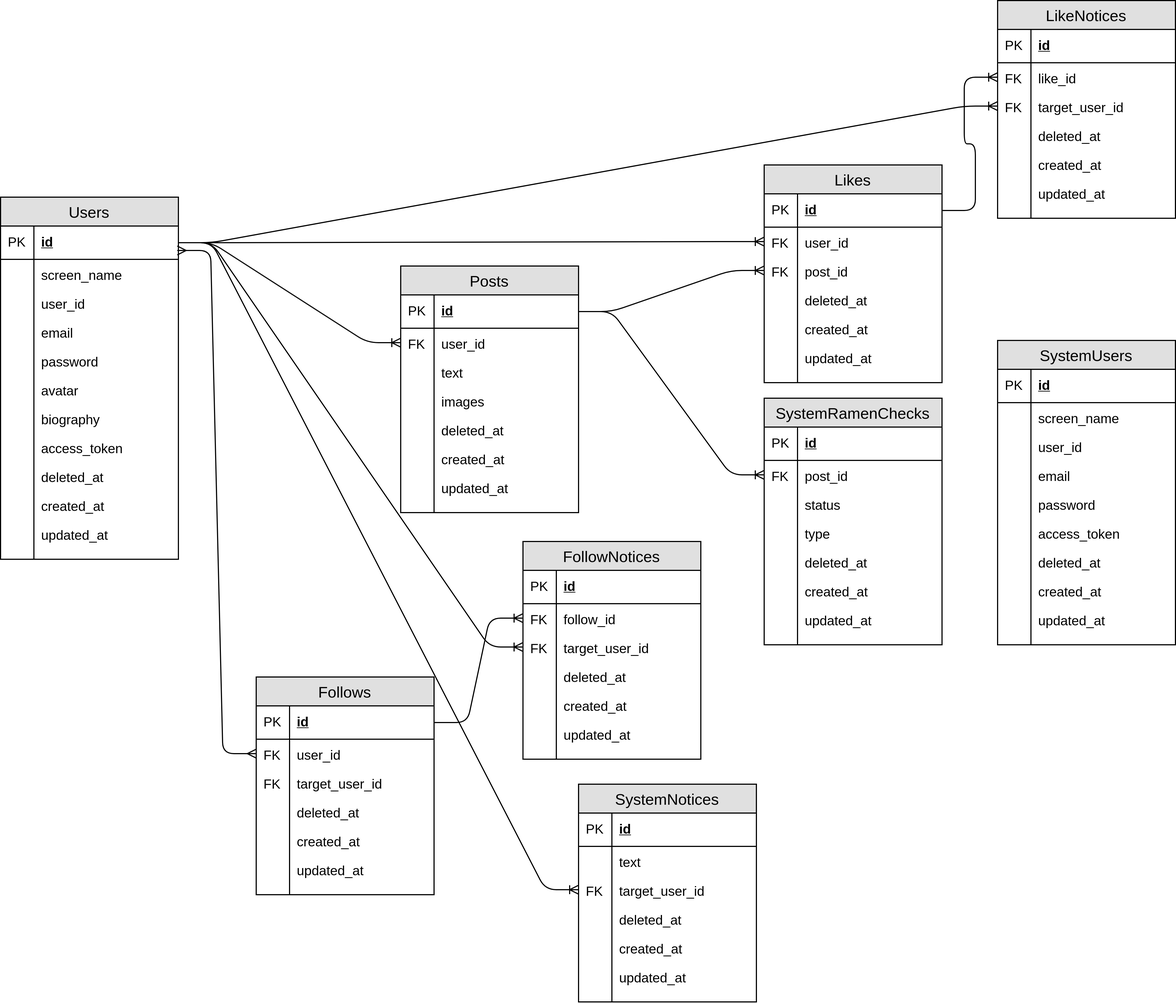
This is images/db-design/E-Rdiagram.png from uyupun-archive/menstagram-docs, a draw.io export, as it was before one commit. Source tidied: cells renumbered, new cells last; positions are measured from the earlier drawing's top-left corner, leaving out a move shared by most shapes.
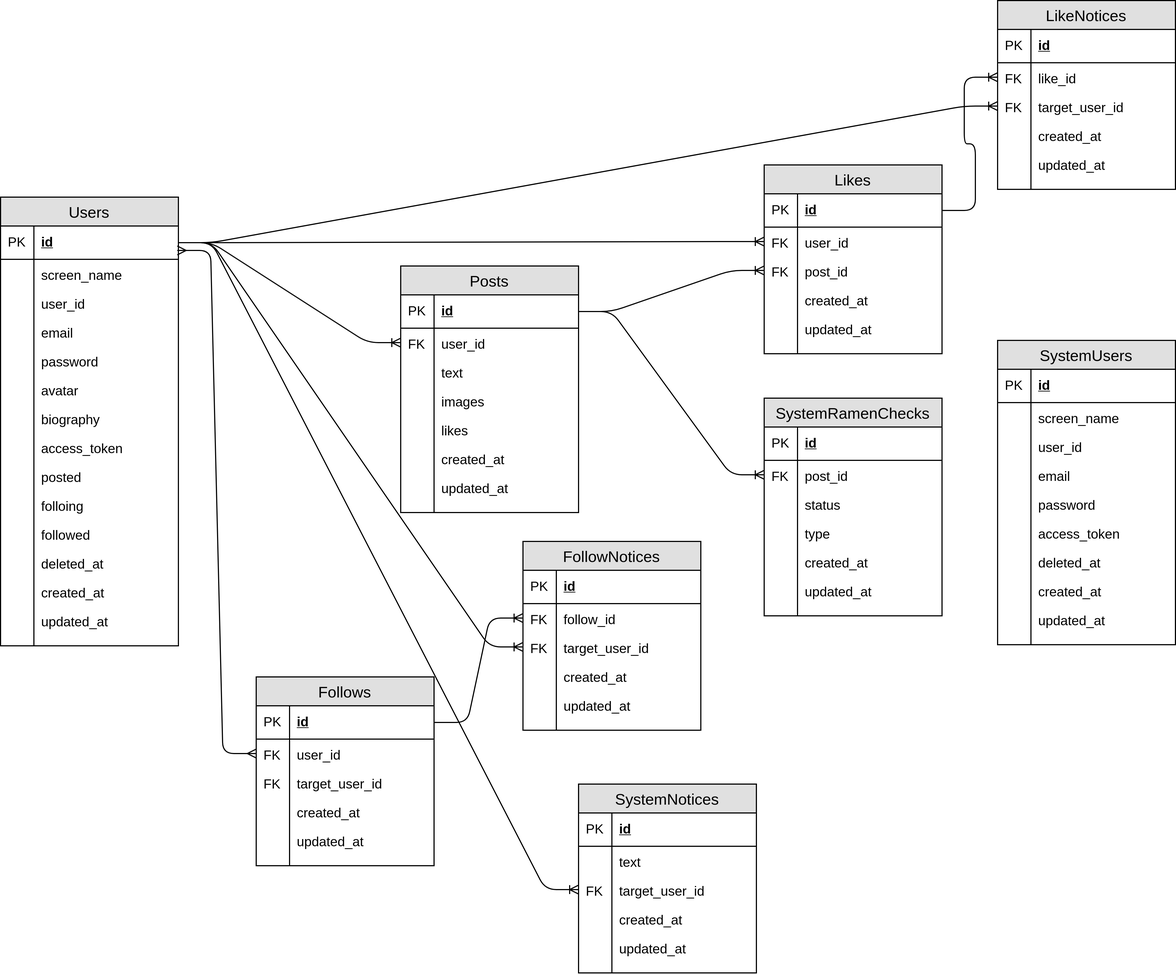
The same diagram one commit later.

Commit message:
fix db-design diagram

The edit, as a diff of the source:
```diff
@@ -5,3 +5,3 @@
     <mxCell id="2" value="Users" style="swimlane;fontStyle=0;horizontal=1;startSize=26;fillColor=#e0e0e0;swimlaneFillColor=#ffffff;align=center;fontSize=14;" parent="1" vertex="1">
-      <mxGeometry y="177" width="160" height="326" as="geometry" />
+      <mxGeometry y="177" width="160" height="404" as="geometry" />
     </mxCell>
@@ -52,7 +52,25 @@
     </mxCell>
-    <mxCell id="18" style="shape=partialRectangle;top=0;left=0;bottom=0;fillColor=none;align=left;verticalAlign=top;spacingLeft=4;spacingRight=4;overflow=hidden;fontSize=12;" parent="17" vertex="1">
-      <mxGeometry width="30" height="26" as="geometry" />
-    </mxCell>
+    <mxCell id="167" style="shape=partialRectangle;top=0;left=0;bottom=0;fillColor=none;align=left;verticalAlign=top;spacingLeft=4;spacingRight=4;overflow=hidden;fontSize=12;" parent="17" vertex="1">
+      <mxGeometry width="30" height="26" as="geometry" />
+    </mxCell>
+    <mxCell id="168" value="posted" style="shape=partialRectangle;top=0;left=0;right=0;bottom=0;align=left;verticalAlign=top;fillColor=none;spacingLeft=34;spacingRight=4;overflow=hidden;fontSize=12;" parent="2" vertex="1">
+      <mxGeometry y="238" width="160" height="26" as="geometry" />
+    </mxCell>
+    <mxCell id="169" style="shape=partialRectangle;top=0;left=0;bottom=0;fillColor=none;align=left;verticalAlign=top;spacingLeft=4;spacingRight=4;overflow=hidden;fontSize=12;" parent="168" vertex="1">
+      <mxGeometry width="30" height="26" as="geometry" />
+    </mxCell>
+    <mxCell id="170" value="folloing" style="shape=partialRectangle;top=0;left=0;right=0;bottom=0;align=left;verticalAlign=top;fillColor=none;spacingLeft=34;spacingRight=4;overflow=hidden;fontSize=12;" parent="2" vertex="1">
+      <mxGeometry y="264" width="160" height="26" as="geometry" />
+    </mxCell>
+    <mxCell id="171" style="shape=partialRectangle;top=0;left=0;bottom=0;fillColor=none;align=left;verticalAlign=top;spacingLeft=4;spacingRight=4;overflow=hidden;fontSize=12;" parent="170" vertex="1">
+      <mxGeometry width="30" height="26" as="geometry" />
+    </mxCell>
+    <mxCell id="172" value="followed" style="shape=partialRectangle;top=0;left=0;right=0;bottom=0;align=left;verticalAlign=top;fillColor=none;spacingLeft=34;spacingRight=4;overflow=hidden;fontSize=12;" parent="2" vertex="1">
+      <mxGeometry y="290" width="160" height="26" as="geometry" />
+    </mxCell>
+    <mxCell id="173" style="shape=partialRectangle;top=0;left=0;bottom=0;fillColor=none;align=left;verticalAlign=top;spacingLeft=4;spacingRight=4;overflow=hidden;fontSize=12;" parent="172" vertex="1">
+      <mxGeometry width="30" height="26" as="geometry" />
+    </mxCell>
     <mxCell id="19" value="deleted_at" style="shape=partialRectangle;top=0;left=0;right=0;bottom=0;align=left;verticalAlign=top;fillColor=none;spacingLeft=34;spacingRight=4;overflow=hidden;fontSize=12;" parent="2" vertex="1">
-      <mxGeometry y="238" width="160" height="26" as="geometry" />
+      <mxGeometry y="316" width="160" height="26" as="geometry" />
     </mxCell>
@@ -62,3 +80,3 @@
     <mxCell id="21" value="created_at" style="shape=partialRectangle;top=0;left=0;right=0;bottom=0;align=left;verticalAlign=top;fillColor=none;spacingLeft=34;spacingRight=4;overflow=hidden;fontSize=12;" parent="2" vertex="1">
-      <mxGeometry y="264" width="160" height="26" as="geometry" />
+      <mxGeometry y="342" width="160" height="26" as="geometry" />
     </mxCell>
@@ -68,3 +86,3 @@
     <mxCell id="23" value="updated_at" style="shape=partialRectangle;top=0;left=0;right=0;bottom=0;align=left;verticalAlign=top;fillColor=none;spacingLeft=34;spacingRight=4;overflow=hidden;fontSize=12;" parent="2" vertex="1">
-      <mxGeometry y="290" width="160" height="26" as="geometry" />
+      <mxGeometry y="368" width="160" height="26" as="geometry" />
     </mxCell>
@@ -74,3 +92,3 @@
     <mxCell id="25" style="shape=partialRectangle;top=0;left=0;right=0;bottom=0;align=left;verticalAlign=top;fillColor=none;spacingLeft=34;spacingRight=4;overflow=hidden;fontSize=12;" parent="2" vertex="1">
-      <mxGeometry y="316" width="160" height="10" as="geometry" />
+      <mxGeometry y="394" width="160" height="10" as="geometry" />
     </mxCell>
@@ -169,8 +187,8 @@
     </mxCell>
-    <mxCell id="57" value="deleted_at" style="shape=partialRectangle;top=0;left=0;right=0;bottom=0;align=left;verticalAlign=top;fillColor=none;spacingLeft=34;spacingRight=4;overflow=hidden;fontSize=12;" parent="48" vertex="1">
-      <mxGeometry y="134" width="160" height="26" as="geometry" />
-    </mxCell>
-    <mxCell id="58" style="shape=partialRectangle;top=0;left=0;bottom=0;fillColor=none;align=left;verticalAlign=top;spacingLeft=4;spacingRight=4;overflow=hidden;fontSize=12;" parent="57" vertex="1">
-      <mxGeometry width="30" height="26" as="geometry" />
-    </mxCell>
+    <mxCell id="174" value="likes" style="shape=partialRectangle;top=0;left=0;right=0;bottom=0;align=left;verticalAlign=top;fillColor=none;spacingLeft=34;spacingRight=4;overflow=hidden;fontSize=12;" parent="48" vertex="1">
+      <mxGeometry y="134" width="160" height="26" as="geometry" />
+    </mxCell>
+    <mxCell id="175" style="shape=partialRectangle;top=0;left=0;bottom=0;fillColor=none;align=left;verticalAlign=top;spacingLeft=4;spacingRight=4;overflow=hidden;fontSize=12;" parent="174" vertex="1">
+      <mxGeometry width="30" height="26" as="geometry" />
+    </mxCell>
     <mxCell id="59" value="created_at" style="shape=partialRectangle;top=0;left=0;right=0;bottom=0;align=left;verticalAlign=top;fillColor=none;spacingLeft=34;spacingRight=4;overflow=hidden;fontSize=12;" parent="48" vertex="1">
@@ -194,3 +212,3 @@
     <mxCell id="65" value="Follows" style="swimlane;fontStyle=0;horizontal=1;startSize=26;fillColor=#e0e0e0;swimlaneFillColor=#ffffff;align=center;fontSize=14;" parent="1" vertex="1">
-      <mxGeometry x="230" y="609" width="160" height="196" as="geometry" />
+      <mxGeometry x="230" y="609" width="160" height="170" as="geometry" />
     </mxCell>
@@ -214,10 +232,4 @@
     </mxCell>
-    <mxCell id="72" value="deleted_at" style="shape=partialRectangle;top=0;left=0;right=0;bottom=0;align=left;verticalAlign=top;fillColor=none;spacingLeft=34;spacingRight=4;overflow=hidden;fontSize=12;" parent="65" vertex="1">
-      <mxGeometry y="108" width="160" height="26" as="geometry" />
-    </mxCell>
-    <mxCell id="73" style="shape=partialRectangle;top=0;left=0;bottom=0;fillColor=none;align=left;verticalAlign=top;spacingLeft=4;spacingRight=4;overflow=hidden;fontSize=12;" parent="72" vertex="1">
-      <mxGeometry width="30" height="26" as="geometry" />
-    </mxCell>
     <mxCell id="74" value="created_at" style="shape=partialRectangle;top=0;left=0;right=0;bottom=0;align=left;verticalAlign=top;fillColor=none;spacingLeft=34;spacingRight=4;overflow=hidden;fontSize=12;" parent="65" vertex="1">
-      <mxGeometry y="134" width="160" height="26" as="geometry" />
+      <mxGeometry y="108" width="160" height="26" as="geometry" />
     </mxCell>
@@ -227,3 +239,3 @@
     <mxCell id="76" value="updated_at" style="shape=partialRectangle;top=0;left=0;right=0;bottom=0;align=left;verticalAlign=top;fillColor=none;spacingLeft=34;spacingRight=4;overflow=hidden;fontSize=12;" parent="65" vertex="1">
-      <mxGeometry y="160" width="160" height="26" as="geometry" />
+      <mxGeometry y="134" width="160" height="26" as="geometry" />
     </mxCell>
@@ -233,3 +245,3 @@
     <mxCell id="78" style="shape=partialRectangle;top=0;left=0;right=0;bottom=0;align=left;verticalAlign=top;fillColor=none;spacingLeft=34;spacingRight=4;overflow=hidden;fontSize=12;" parent="65" vertex="1">
-      <mxGeometry y="186" width="160" height="10" as="geometry" />
+      <mxGeometry y="160" width="160" height="10" as="geometry" />
     </mxCell>
@@ -239,3 +251,3 @@
     <mxCell id="80" value="Likes" style="swimlane;fontStyle=0;horizontal=1;startSize=26;fillColor=#e0e0e0;swimlaneFillColor=#ffffff;align=center;fontSize=14;" parent="1" vertex="1">
-      <mxGeometry x="687" y="148" width="160" height="196" as="geometry" />
+      <mxGeometry x="687" y="148" width="160" height="170" as="geometry" />
     </mxCell>
@@ -259,10 +271,4 @@
     </mxCell>
-    <mxCell id="87" value="deleted_at" style="shape=partialRectangle;top=0;left=0;right=0;bottom=0;align=left;verticalAlign=top;fillColor=none;spacingLeft=34;spacingRight=4;overflow=hidden;fontSize=12;" parent="80" vertex="1">
-      <mxGeometry y="108" width="160" height="26" as="geometry" />
-    </mxCell>
-    <mxCell id="88" style="shape=partialRectangle;top=0;left=0;bottom=0;fillColor=none;align=left;verticalAlign=top;spacingLeft=4;spacingRight=4;overflow=hidden;fontSize=12;" parent="87" vertex="1">
-      <mxGeometry width="30" height="26" as="geometry" />
-    </mxCell>
     <mxCell id="89" value="created_at" style="shape=partialRectangle;top=0;left=0;right=0;bottom=0;align=left;verticalAlign=top;fillColor=none;spacingLeft=34;spacingRight=4;overflow=hidden;fontSize=12;" parent="80" vertex="1">
-      <mxGeometry y="134" width="160" height="26" as="geometry" />
+      <mxGeometry y="108" width="160" height="26" as="geometry" />
     </mxCell>
@@ -272,3 +278,3 @@
     <mxCell id="91" value="updated_at" style="shape=partialRectangle;top=0;left=0;right=0;bottom=0;align=left;verticalAlign=top;fillColor=none;spacingLeft=34;spacingRight=4;overflow=hidden;fontSize=12;" parent="80" vertex="1">
-      <mxGeometry y="160" width="160" height="26" as="geometry" />
+      <mxGeometry y="134" width="160" height="26" as="geometry" />
     </mxCell>
@@ -278,3 +284,3 @@
     <mxCell id="93" style="shape=partialRectangle;top=0;left=0;right=0;bottom=0;align=left;verticalAlign=top;fillColor=none;spacingLeft=34;spacingRight=4;overflow=hidden;fontSize=12;" parent="80" vertex="1">
-      <mxGeometry y="186" width="160" height="10" as="geometry" />
+      <mxGeometry y="160" width="160" height="10" as="geometry" />
     </mxCell>
@@ -284,3 +290,3 @@
     <mxCell id="95" value="LikeNotices" style="swimlane;fontStyle=0;horizontal=1;startSize=26;fillColor=#e0e0e0;swimlaneFillColor=#ffffff;align=center;fontSize=14;" parent="1" vertex="1">
-      <mxGeometry x="897" width="160" height="196" as="geometry" />
+      <mxGeometry x="897" width="160" height="170" as="geometry" />
     </mxCell>
@@ -304,10 +310,4 @@
     </mxCell>
-    <mxCell id="102" value="deleted_at" style="shape=partialRectangle;top=0;left=0;right=0;bottom=0;align=left;verticalAlign=top;fillColor=none;spacingLeft=34;spacingRight=4;overflow=hidden;fontSize=12;" parent="95" vertex="1">
-      <mxGeometry y="108" width="160" height="26" as="geometry" />
-    </mxCell>
-    <mxCell id="103" style="shape=partialRectangle;top=0;left=0;bottom=0;fillColor=none;align=left;verticalAlign=top;spacingLeft=4;spacingRight=4;overflow=hidden;fontSize=12;" parent="102" vertex="1">
-      <mxGeometry width="30" height="26" as="geometry" />
-    </mxCell>
     <mxCell id="104" value="created_at" style="shape=partialRectangle;top=0;left=0;right=0;bottom=0;align=left;verticalAlign=top;fillColor=none;spacingLeft=34;spacingRight=4;overflow=hidden;fontSize=12;" parent="95" vertex="1">
-      <mxGeometry y="134" width="160" height="26" as="geometry" />
+      <mxGeometry y="108" width="160" height="26" as="geometry" />
     </mxCell>
@@ -317,3 +317,3 @@
     <mxCell id="106" value="updated_at" style="shape=partialRectangle;top=0;left=0;right=0;bottom=0;align=left;verticalAlign=top;fillColor=none;spacingLeft=34;spacingRight=4;overflow=hidden;fontSize=12;" parent="95" vertex="1">
-      <mxGeometry y="160" width="160" height="26" as="geometry" />
+      <mxGeometry y="134" width="160" height="26" as="geometry" />
     </mxCell>
@@ -323,3 +323,3 @@
     <mxCell id="108" style="shape=partialRectangle;top=0;left=0;right=0;bottom=0;align=left;verticalAlign=top;fillColor=none;spacingLeft=34;spacingRight=4;overflow=hidden;fontSize=12;" parent="95" vertex="1">
-      <mxGeometry y="186" width="160" height="10" as="geometry" />
+      <mxGeometry y="160" width="160" height="10" as="geometry" />
     </mxCell>
@@ -329,3 +329,3 @@
     <mxCell id="110" value="FollowNotices" style="swimlane;fontStyle=0;horizontal=1;startSize=26;fillColor=#e0e0e0;swimlaneFillColor=#ffffff;align=center;fontSize=14;" parent="1" vertex="1">
-      <mxGeometry x="470" y="487" width="160" height="196" as="geometry" />
+      <mxGeometry x="470" y="487" width="160" height="170" as="geometry" />
     </mxCell>
@@ -349,10 +349,4 @@
     </mxCell>
-    <mxCell id="117" value="deleted_at" style="shape=partialRectangle;top=0;left=0;right=0;bottom=0;align=left;verticalAlign=top;fillColor=none;spacingLeft=34;spacingRight=4;overflow=hidden;fontSize=12;" parent="110" vertex="1">
-      <mxGeometry y="108" width="160" height="26" as="geometry" />
-    </mxCell>
-    <mxCell id="118" style="shape=partialRectangle;top=0;left=0;bottom=0;fillColor=none;align=left;verticalAlign=top;spacingLeft=4;spacingRight=4;overflow=hidden;fontSize=12;" parent="117" vertex="1">
-      <mxGeometry width="30" height="26" as="geometry" />
-    </mxCell>
     <mxCell id="119" value="created_at" style="shape=partialRectangle;top=0;left=0;right=0;bottom=0;align=left;verticalAlign=top;fillColor=none;spacingLeft=34;spacingRight=4;overflow=hidden;fontSize=12;" parent="110" vertex="1">
-      <mxGeometry y="134" width="160" height="26" as="geometry" />
+      <mxGeometry y="108" width="160" height="26" as="geometry" />
     </mxCell>
@@ -362,3 +356,3 @@
     <mxCell id="121" value="updated_at" style="shape=partialRectangle;top=0;left=0;right=0;bottom=0;align=left;verticalAlign=top;fillColor=none;spacingLeft=34;spacingRight=4;overflow=hidden;fontSize=12;" parent="110" vertex="1">
-      <mxGeometry y="160" width="160" height="26" as="geometry" />
+      <mxGeometry y="134" width="160" height="26" as="geometry" />
     </mxCell>
@@ -368,3 +362,3 @@
     <mxCell id="123" style="shape=partialRectangle;top=0;left=0;right=0;bottom=0;align=left;verticalAlign=top;fillColor=none;spacingLeft=34;spacingRight=4;overflow=hidden;fontSize=12;" parent="110" vertex="1">
-      <mxGeometry y="186" width="160" height="10" as="geometry" />
+      <mxGeometry y="160" width="160" height="10" as="geometry" />
     </mxCell>
@@ -374,3 +368,3 @@
     <mxCell id="125" value="SystemNotices" style="swimlane;fontStyle=0;horizontal=1;startSize=26;fillColor=#e0e0e0;swimlaneFillColor=#ffffff;align=center;fontSize=14;" parent="1" vertex="1">
-      <mxGeometry x="520" y="705.5" width="160" height="196" as="geometry" />
+      <mxGeometry x="520" y="705.5" width="160" height="170" as="geometry" />
     </mxCell>
@@ -394,10 +388,4 @@
     </mxCell>
-    <mxCell id="132" value="deleted_at" style="shape=partialRectangle;top=0;left=0;right=0;bottom=0;align=left;verticalAlign=top;fillColor=none;spacingLeft=34;spacingRight=4;overflow=hidden;fontSize=12;" parent="125" vertex="1">
-      <mxGeometry y="108" width="160" height="26" as="geometry" />
-    </mxCell>
-    <mxCell id="133" style="shape=partialRectangle;top=0;left=0;bottom=0;fillColor=none;align=left;verticalAlign=top;spacingLeft=4;spacingRight=4;overflow=hidden;fontSize=12;" parent="132" vertex="1">
-      <mxGeometry width="30" height="26" as="geometry" />
-    </mxCell>
     <mxCell id="134" value="created_at" style="shape=partialRectangle;top=0;left=0;right=0;bottom=0;align=left;verticalAlign=top;fillColor=none;spacingLeft=34;spacingRight=4;overflow=hidden;fontSize=12;" parent="125" vertex="1">
-      <mxGeometry y="134" width="160" height="26" as="geometry" />
+      <mxGeometry y="108" width="160" height="26" as="geometry" />
     </mxCell>
@@ -407,3 +395,3 @@
     <mxCell id="136" value="updated_at" style="shape=partialRectangle;top=0;left=0;right=0;bottom=0;align=left;verticalAlign=top;fillColor=none;spacingLeft=34;spacingRight=4;overflow=hidden;fontSize=12;" parent="125" vertex="1">
-      <mxGeometry y="160" width="160" height="26" as="geometry" />
+      <mxGeometry y="134" width="160" height="26" as="geometry" />
     </mxCell>
@@ -413,3 +401,3 @@
     <mxCell id="138" style="shape=partialRectangle;top=0;left=0;right=0;bottom=0;align=left;verticalAlign=top;fillColor=none;spacingLeft=34;spacingRight=4;overflow=hidden;fontSize=12;" parent="125" vertex="1">
-      <mxGeometry y="186" width="160" height="10" as="geometry" />
+      <mxGeometry y="160" width="160" height="10" as="geometry" />
     </mxCell>
@@ -419,3 +407,3 @@
     <mxCell id="140" value="SystemRamenChecks" style="swimlane;fontStyle=0;horizontal=1;startSize=26;fillColor=#e0e0e0;swimlaneFillColor=#ffffff;align=center;fontSize=14;" parent="1" vertex="1">
-      <mxGeometry x="687" y="358" width="160" height="222" as="geometry" />
+      <mxGeometry x="687" y="358" width="160" height="196" as="geometry" />
     </mxCell>
@@ -445,10 +433,4 @@
     </mxCell>
-    <mxCell id="149" value="deleted_at" style="shape=partialRectangle;top=0;left=0;right=0;bottom=0;align=left;verticalAlign=top;fillColor=none;spacingLeft=34;spacingRight=4;overflow=hidden;fontSize=12;" parent="140" vertex="1">
-      <mxGeometry y="134" width="160" height="26" as="geometry" />
-    </mxCell>
-    <mxCell id="150" style="shape=partialRectangle;top=0;left=0;bottom=0;fillColor=none;align=left;verticalAlign=top;spacingLeft=4;spacingRight=4;overflow=hidden;fontSize=12;" parent="149" vertex="1">
-      <mxGeometry width="30" height="26" as="geometry" />
-    </mxCell>
     <mxCell id="151" value="created_at" style="shape=partialRectangle;top=0;left=0;right=0;bottom=0;align=left;verticalAlign=top;fillColor=none;spacingLeft=34;spacingRight=4;overflow=hidden;fontSize=12;" parent="140" vertex="1">
-      <mxGeometry y="160" width="160" height="26" as="geometry" />
+      <mxGeometry y="134" width="160" height="26" as="geometry" />
     </mxCell>
@@ -458,3 +440,3 @@
     <mxCell id="153" value="updated_at" style="shape=partialRectangle;top=0;left=0;right=0;bottom=0;align=left;verticalAlign=top;fillColor=none;spacingLeft=34;spacingRight=4;overflow=hidden;fontSize=12;" parent="140" vertex="1">
-      <mxGeometry y="186" width="160" height="26" as="geometry" />
+      <mxGeometry y="160" width="160" height="26" as="geometry" />
     </mxCell>
@@ -464,3 +446,3 @@
     <mxCell id="155" style="shape=partialRectangle;top=0;left=0;right=0;bottom=0;align=left;verticalAlign=top;fillColor=none;spacingLeft=34;spacingRight=4;overflow=hidden;fontSize=12;" parent="140" vertex="1">
-      <mxGeometry y="212" width="160" height="10" as="geometry" />
+      <mxGeometry y="186" width="160" height="10" as="geometry" />
     </mxCell>
```
